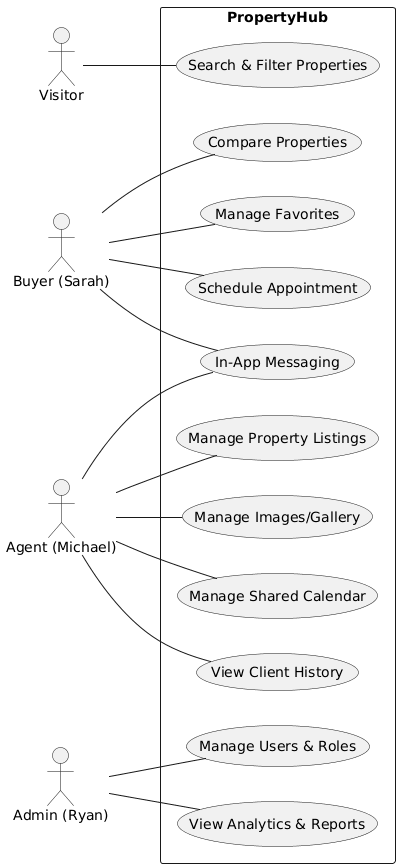
AZIZ-Soufiane/PropertyHub-PFE keeps this PlantUML diagram as Presentation/images/globalUseCase.png. Above is the earlier version.
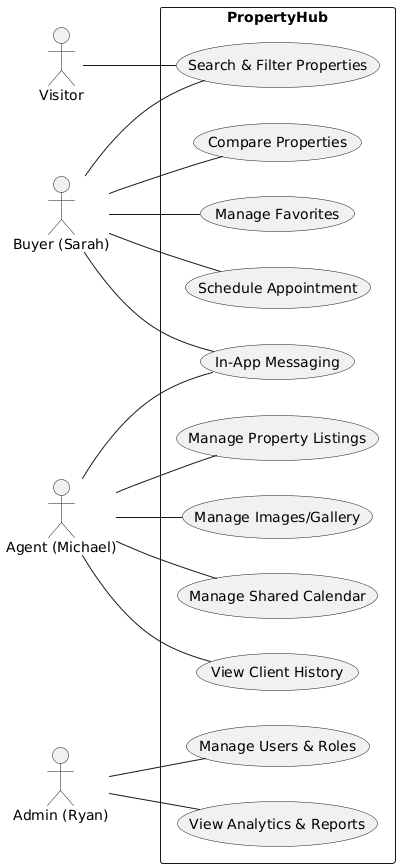
Above is the later version.

What changed in the source:
```diff
@@ -25,6 +25,7 @@
 }
 
 Vis -- UC1
+Client -- UC1
 Client -- UC2
 Client -- UC3
 Client -- UC4
```
